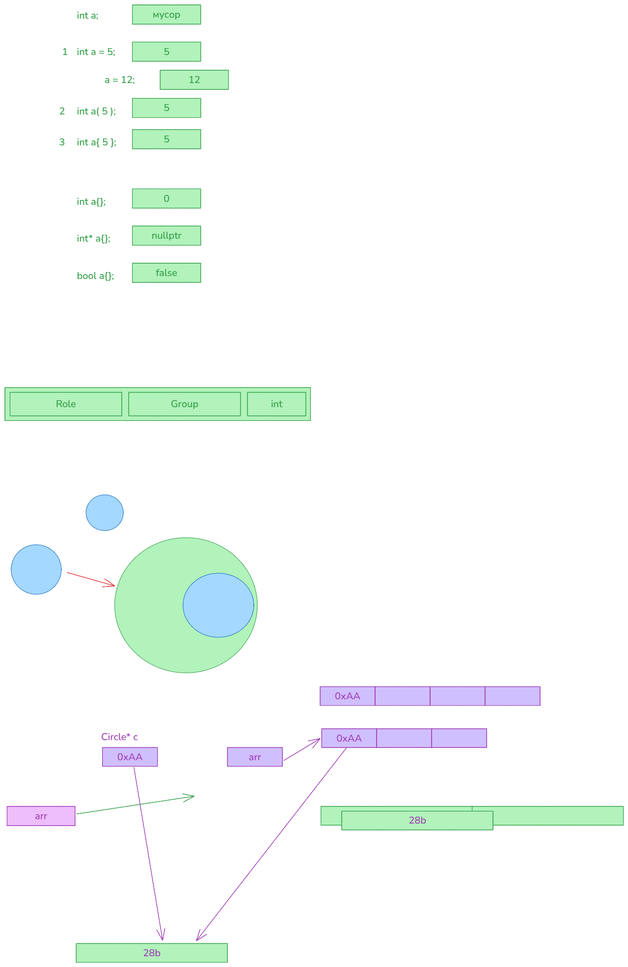
The Excalidraw diagram img/03.ctor_dtor.excalidraw.png in silvercodes/P42_cpp_oop, before a commit. Source tidied: one line per element, renumbered; positions are measured from the earlier drawing's top-left corner, leaving out a move shared by most shapes.
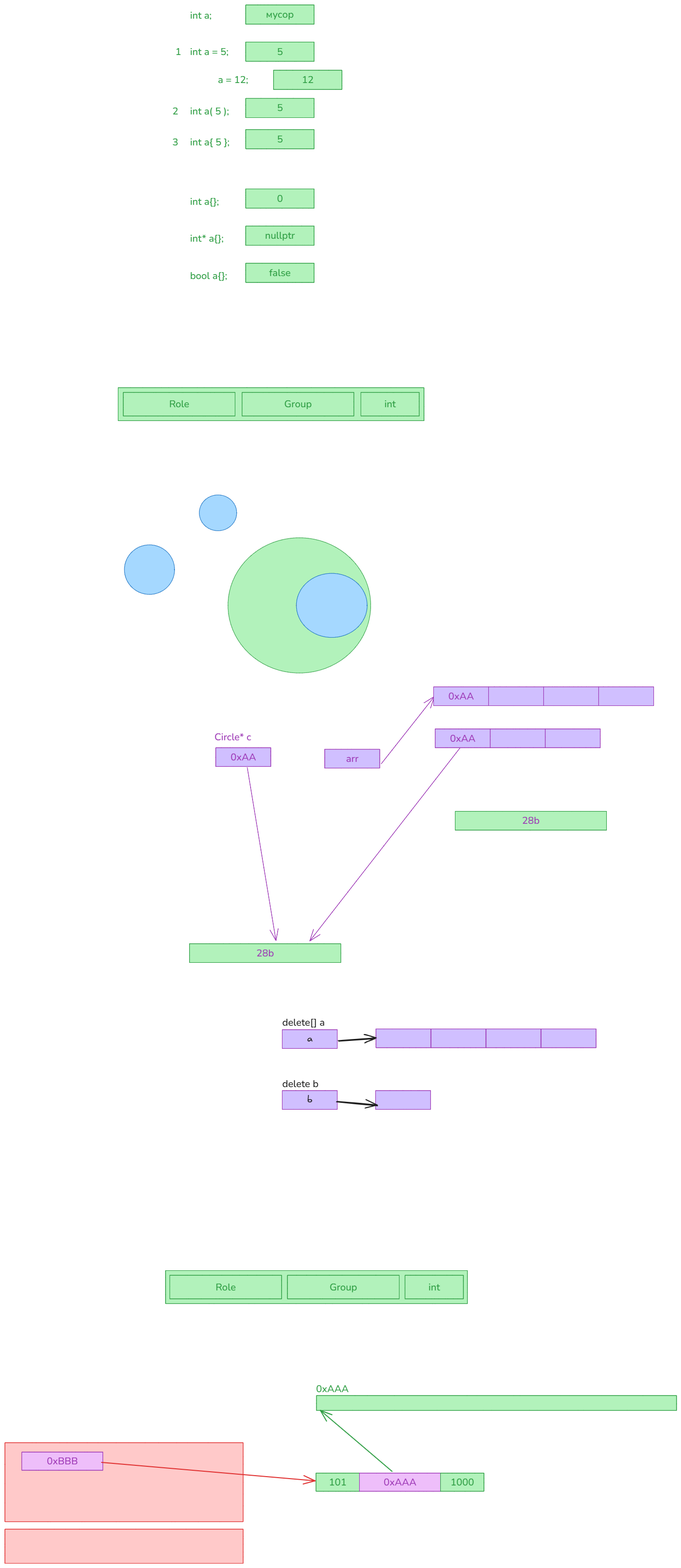
Above is the later version.

Change to the diagram source:
```diff
@@ -42,13 +42,13 @@
 {"id": 41, "type": "rectangle", "strokeColor": "#9c36b5", "backgroundColor": "#d0bfff", "fillStyle": "solid", "strokeWidth": 1, "roughness": 0, "x": 199, "y": 1512, "width": 112, "height": 38}
 {"id": 42, "type": "text", "text": "0xAA", "strokeColor": "#9c36b5", "backgroundColor": "#d0bfff", "fillStyle": "solid", "strokeWidth": 1, "roughness": 0, "fontSize": 20, "fontFamily": 6, "textAlign": "center", "verticalAlign": "middle", "inside": 41, "x": 229, "y": 1518, "width": 52, "height": 27}
 {"id": 43, "type": "arrow", "strokeColor": "#9c36b5", "backgroundColor": "#d0bfff", "fillStyle": "solid", "strokeWidth": 1, "roughness": 0, "endArrowhead": "arrow", "round": true, "from": 41, "to": 39, "x": 263, "y": 1552, "width": 58, "height": 353, "points": [[0, 0], [58, 353]]}
-{"id": 44, "type": "rectangle", "strokeColor": "#9c36b5", "backgroundColor": "#d0bfff", "fillStyle": "solid", "strokeWidth": 1, "roughness": 0, "x": 453, "y": 1512, "width": 112, "height": 38}
+{"id": 44, "type": "rectangle", "strokeColor": "#9c36b5", "backgroundColor": "#d0bfff", "fillStyle": "solid", "strokeWidth": 1, "roughness": 0, "x": 420, "y": 1515, "width": 112, "height": 38}
-{"id": 45, "type": "text", "text": "arr", "strokeColor": "#9c36b5", "backgroundColor": "#d0bfff", "fillStyle": "solid", "strokeWidth": 1, "roughness": 0, "fontSize": 20, "fontFamily": 6, "textAlign": "center", "verticalAlign": "middle", "inside": 44, "x": 497, "y": 1518, "width": 25, "height": 27}
+{"id": 45, "type": "text", "text": "arr", "strokeColor": "#9c36b5", "backgroundColor": "#d0bfff", "fillStyle": "solid", "strokeWidth": 1, "roughness": 0, "fontSize": 20, "fontFamily": 6, "textAlign": "center", "verticalAlign": "middle", "inside": 44, "x": 464, "y": 1521, "width": 25, "height": 27}
 {"id": 46, "type": "rectangle", "strokeColor": "#9c36b5", "backgroundColor": "#d0bfff", "fillStyle": "solid", "strokeWidth": 1, "roughness": 0, "x": 645, "y": 1474, "width": 112, "height": 38}
 {"id": 47, "type": "text", "text": "0xAA", "strokeColor": "#9c36b5", "backgroundColor": "#d0bfff", "fillStyle": "solid", "strokeWidth": 1, "roughness": 0, "fontSize": 20, "fontFamily": 6, "textAlign": "center", "verticalAlign": "middle", "inside": 46, "x": 675, "y": 1479, "width": 52, "height": 27}
 {"id": 48, "type": "rectangle", "strokeColor": "#9c36b5", "backgroundColor": "#d0bfff", "fillStyle": "solid", "strokeWidth": 1, "roughness": 0, "x": 757, "y": 1474, "width": 112, "height": 38}
 {"id": 49, "type": "rectangle", "strokeColor": "#9c36b5", "backgroundColor": "#d0bfff", "fillStyle": "solid", "strokeWidth": 1, "roughness": 0, "x": 869, "y": 1474, "width": 112, "height": 38}
-{"id": 50, "type": "arrow", "strokeColor": "#9c36b5", "backgroundColor": "#d0bfff", "fillStyle": "solid", "strokeWidth": 1, "roughness": 0, "endArrowhead": "arrow", "round": true, "from": 44, "to": 46, "x": 568, "y": 1538, "width": 74, "height": 45, "points": [[0, 0], [74, -45]]}
+{"id": 50, "type": "arrow", "strokeColor": "#9c36b5", "backgroundColor": "#d0bfff", "fillStyle": "solid", "strokeWidth": 1, "roughness": 0, "endArrowhead": "arrow", "round": true, "from": 44, "to": 55, "x": 536, "y": 1545, "width": 108, "height": 137, "points": [[0, 0], [108, -137]]}
 {"id": 51, "type": "arrow", "strokeColor": "#9c36b5", "backgroundColor": "#d0bfff", "fillStyle": "solid", "strokeWidth": 1, "roughness": 0, "endArrowhead": "arrow", "round": true, "from": 46, "to": 39, "x": 696, "y": 1513, "width": 306, "height": 393, "points": [[0, 0], [-306, 393]]}
 {"id": 52, "type": "rectangle", "strokeColor": "#2f9e44", "backgroundColor": "#b2f2bb", "fillStyle": "solid", "strokeWidth": 1, "roughness": 0, "x": 686, "y": 1642, "width": 308, "height": 38}
 {"id": 53, "type": "text", "text": "28b", "strokeColor": "#9c36b5", "backgroundColor": "#d0bfff", "fillStyle": "solid", "strokeWidth": 1, "roughness": 0, "fontSize": 20, "fontFamily": 6, "textAlign": "center", "verticalAlign": "middle", "inside": 52, "x": 822, "y": 1647, "width": 36, "height": 27}
@@ -58,3 +58,37 @@
 {"id": 57, "type": "rectangle", "strokeColor": "#9c36b5", "backgroundColor": "#d0bfff", "fillStyle": "solid", "strokeWidth": 1, "roughness": 0, "x": 754, "y": 1388, "width": 112, "height": 38}
 {"id": 58, "type": "rectangle", "strokeColor": "#9c36b5", "backgroundColor": "#d0bfff", "fillStyle": "solid", "strokeWidth": 1, "roughness": 0, "x": 866, "y": 1388, "width": 112, "height": 38}
 {"id": 59, "type": "rectangle", "strokeColor": "#9c36b5", "backgroundColor": "#d0bfff", "fillStyle": "solid", "strokeWidth": 1, "roughness": 0, "x": 978, "y": 1388, "width": 112, "height": 38}
+{"id": 60, "type": "rectangle", "strokeColor": "#9c36b5", "backgroundColor": "#d0bfff", "fillStyle": "solid", "strokeWidth": 1, "roughness": 0, "x": 525, "y": 2085, "width": 112, "height": 38}
+{"id": 61, "type": "rectangle", "strokeColor": "#9c36b5", "backgroundColor": "#d0bfff", "fillStyle": "solid", "strokeWidth": 1, "roughness": 0, "x": 637, "y": 2085, "width": 112, "height": 38}
+{"id": 62, "type": "rectangle", "strokeColor": "#9c36b5", "backgroundColor": "#d0bfff", "fillStyle": "solid", "strokeWidth": 1, "roughness": 0, "x": 749, "y": 2085, "width": 112, "height": 38}
+{"id": 63, "type": "rectangle", "strokeColor": "#9c36b5", "backgroundColor": "#d0bfff", "fillStyle": "solid", "strokeWidth": 1, "roughness": 0, "x": 861, "y": 2085, "width": 112, "height": 38}
+{"id": 64, "type": "rectangle", "strokeColor": "#9c36b5", "backgroundColor": "#d0bfff", "fillStyle": "solid", "strokeWidth": 1, "roughness": 0, "x": 524, "y": 2210, "width": 112, "height": 38}
+{"id": 65, "type": "rectangle", "strokeColor": "#9c36b5", "backgroundColor": "#d0bfff", "fillStyle": "solid", "strokeWidth": 1, "roughness": 0, "x": 334, "y": 2210, "width": 112, "height": 38}
+{"id": 66, "type": "text", "text": "b", "strokeColor": "#1e1e1e", "strokeWidth": 2, "roughness": 1, "fontSize": 20, "fontFamily": 5, "textAlign": "center", "verticalAlign": "middle", "inside": 65, "x": 384, "y": 2217, "width": 11, "height": 25}
+{"id": 67, "type": "rectangle", "strokeColor": "#9c36b5", "backgroundColor": "#d0bfff", "fillStyle": "solid", "strokeWidth": 1, "roughness": 0, "x": 334, "y": 2086, "width": 112, "height": 38}
+{"id": 68, "type": "text", "text": "a", "strokeColor": "#1e1e1e", "strokeWidth": 2, "roughness": 1, "fontSize": 20, "fontFamily": 5, "textAlign": "center", "verticalAlign": "middle", "inside": 67, "x": 384, "y": 2093, "width": 12, "height": 25}
+{"id": 69, "type": "arrow", "strokeColor": "#1e1e1e", "strokeWidth": 2, "roughness": 1, "endArrowhead": "arrow", "round": true, "from": 67, "to": 60, "x": 448, "y": 2110, "width": 76, "height": 6, "points": [[0, 0], [76, -6]]}
+{"id": 70, "type": "arrow", "strokeColor": "#1e1e1e", "strokeWidth": 2, "roughness": 1, "endArrowhead": "arrow", "round": true, "from": 65, "to": 64, "x": 446, "y": 2232, "width": 82, "height": 8, "points": [[0, 0], [82, 8]]}
+{"id": 71, "type": "text", "text": "delete[] a", "strokeColor": "#1e1e1e", "strokeWidth": 2, "roughness": 1, "fontSize": 20, "fontFamily": 6, "x": 334, "y": 2058, "width": 86, "height": 27}
+{"id": 72, "type": "text", "text": "delete b", "strokeColor": "#1e1e1e", "strokeWidth": 2, "roughness": 1, "fontSize": 20, "fontFamily": 6, "x": 334, "y": 2183, "width": 74, "height": 27}
+{"id": 73, "type": "rectangle", "strokeColor": "#2f9e44", "backgroundColor": "#b2f2bb", "fillStyle": "solid", "strokeWidth": 1, "roughness": 0, "x": 96, "y": 2576, "width": 614, "height": 67}
+{"id": 74, "type": "rectangle", "strokeColor": "#2f9e44", "backgroundColor": "#b2f2bb", "fillStyle": "solid", "strokeWidth": 1, "roughness": 0, "x": 105, "y": 2586, "width": 228, "height": 48}
+{"id": 75, "type": "text", "text": "Role", "strokeColor": "#2f9e44", "backgroundColor": "#b2f2bb", "fillStyle": "solid", "strokeWidth": 1, "roughness": 0, "fontSize": 20, "fontFamily": 6, "textAlign": "center", "verticalAlign": "middle", "inside": 74, "x": 198, "y": 2597, "width": 41, "height": 27}
+{"id": 76, "type": "rectangle", "strokeColor": "#2f9e44", "backgroundColor": "#b2f2bb", "fillStyle": "solid", "strokeWidth": 1, "roughness": 0, "x": 344, "y": 2586, "width": 228, "height": 48}
+{"id": 77, "type": "text", "text": "Group", "strokeColor": "#2f9e44", "backgroundColor": "#b2f2bb", "fillStyle": "solid", "strokeWidth": 1, "roughness": 0, "fontSize": 20, "fontFamily": 6, "textAlign": "center", "verticalAlign": "middle", "inside": 76, "x": 430, "y": 2597, "width": 56, "height": 27}
+{"id": 78, "type": "rectangle", "strokeColor": "#2f9e44", "backgroundColor": "#b2f2bb", "fillStyle": "solid", "strokeWidth": 1, "roughness": 0, "x": 584, "y": 2586, "width": 119, "height": 48}
+{"id": 79, "type": "text", "text": "int", "strokeColor": "#2f9e44", "backgroundColor": "#b2f2bb", "fillStyle": "solid", "strokeWidth": 1, "roughness": 0, "fontSize": 20, "fontFamily": 6, "textAlign": "center", "verticalAlign": "middle", "inside": 78, "x": 632, "y": 2597, "width": 23, "height": 27}
+{"id": 80, "type": "rectangle", "strokeColor": "#e03131", "backgroundColor": "#ffc9c9", "fillStyle": "solid", "strokeWidth": 1, "roughness": 0, "x": -230, "y": 3103, "width": 485, "height": 70}
+{"id": 81, "type": "rectangle", "strokeColor": "#e03131", "backgroundColor": "#ffc9c9", "fillStyle": "solid", "strokeWidth": 1, "roughness": 0, "x": -230, "y": 2927, "width": 485, "height": 161}
+{"id": 82, "type": "rectangle", "strokeColor": "#2f9e44", "backgroundColor": "#b2f2bb", "fillStyle": "solid", "strokeWidth": 1, "roughness": 0, "x": 403, "y": 2989, "width": 88, "height": 37}
+{"id": 83, "type": "text", "text": "101", "strokeColor": "#2f9e44", "backgroundColor": "#b2f2bb", "fillStyle": "solid", "strokeWidth": 1, "roughness": 0, "fontSize": 20, "fontFamily": 6, "textAlign": "center", "verticalAlign": "middle", "inside": 82, "x": 429, "y": 2994, "width": 36, "height": 27}
+{"id": 84, "type": "rectangle", "strokeColor": "#9c36b5", "backgroundColor": "#eebefa", "fillStyle": "solid", "strokeWidth": 1, "roughness": 0, "x": 491, "y": 2989, "width": 165, "height": 37}
+{"id": 85, "type": "text", "text": "0xAAA", "strokeColor": "#9c36b5", "backgroundColor": "#b2f2bb", "fillStyle": "solid", "strokeWidth": 1, "roughness": 0, "fontSize": 20, "fontFamily": 6, "textAlign": "center", "verticalAlign": "middle", "inside": 84, "x": 540, "y": 2994, "width": 67, "height": 27}
+{"id": 86, "type": "rectangle", "strokeColor": "#2f9e44", "backgroundColor": "#b2f2bb", "fillStyle": "solid", "strokeWidth": 1, "roughness": 0, "x": 656, "y": 2989, "width": 88, "height": 37}
+{"id": 87, "type": "text", "text": "1000", "strokeColor": "#2f9e44", "backgroundColor": "#b2f2bb", "fillStyle": "solid", "strokeWidth": 1, "roughness": 0, "fontSize": 20, "fontFamily": 6, "textAlign": "center", "verticalAlign": "middle", "inside": 86, "x": 676, "y": 2994, "width": 48, "height": 27}
+{"id": 88, "type": "rectangle", "strokeColor": "#2f9e44", "backgroundColor": "#b2f2bb", "fillStyle": "solid", "strokeWidth": 1, "roughness": 0, "x": 404, "y": 2831, "width": 733, "height": 30}
+{"id": 89, "type": "arrow", "strokeColor": "#2f9e44", "backgroundColor": "#b2f2bb", "fillStyle": "solid", "strokeWidth": 2, "roughness": 0, "endArrowhead": "arrow", "round": true, "from": 84, "to": 88, "x": 557, "y": 2985, "width": 146, "height": 124, "points": [[0, 0], [-146, -124]]}
+{"id": 90, "type": "text", "text": "0xAAA", "strokeColor": "#2f9e44", "backgroundColor": "#b2f2bb", "fillStyle": "solid", "strokeWidth": 2, "roughness": 0, "fontSize": 20, "fontFamily": 6, "x": 403, "y": 2804, "width": 67, "height": 27}
+{"id": 91, "type": "rectangle", "strokeColor": "#9c36b5", "backgroundColor": "#eebefa", "fillStyle": "solid", "strokeWidth": 1, "roughness": 0, "x": -196, "y": 2946, "width": 165, "height": 37}
+{"id": 92, "type": "text", "text": "0xBBB", "strokeColor": "#9c36b5", "backgroundColor": "#b2f2bb", "fillStyle": "solid", "strokeWidth": 1, "roughness": 0, "fontSize": 20, "fontFamily": 6, "textAlign": "center", "verticalAlign": "middle", "inside": 91, "x": -145, "y": 2951, "width": 63, "height": 27}
+{"id": 93, "type": "arrow", "strokeColor": "#e03131", "backgroundColor": "#ffc9c9", "fillStyle": "solid", "strokeWidth": 2, "roughness": 0, "endArrowhead": "arrow", "round": true, "from": 91, "to": 82, "x": -34, "y": 2967, "width": 434, "height": 38, "points": [[0, 0], [434, 38]]}
```
